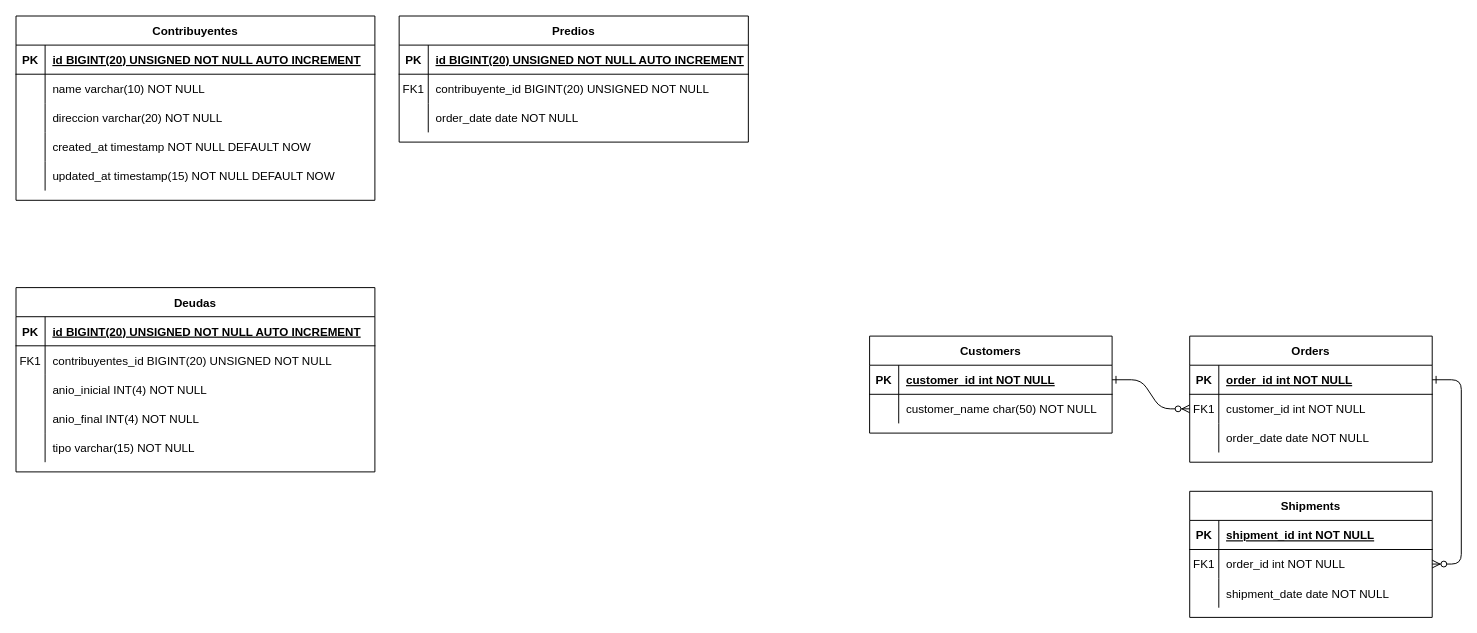
Before: Diagrama Físico.drawio in josephmb830/cursosql, a draw.io diagram. Source tidied: cells renumbered, new cells numbered last; positions are measured from the earlier drawing's top-left corner, leaving out a move shared by most shapes. Both pictures are drawn from the tidied source at 97%, with x=0, y=0 at pixel (16, 16).
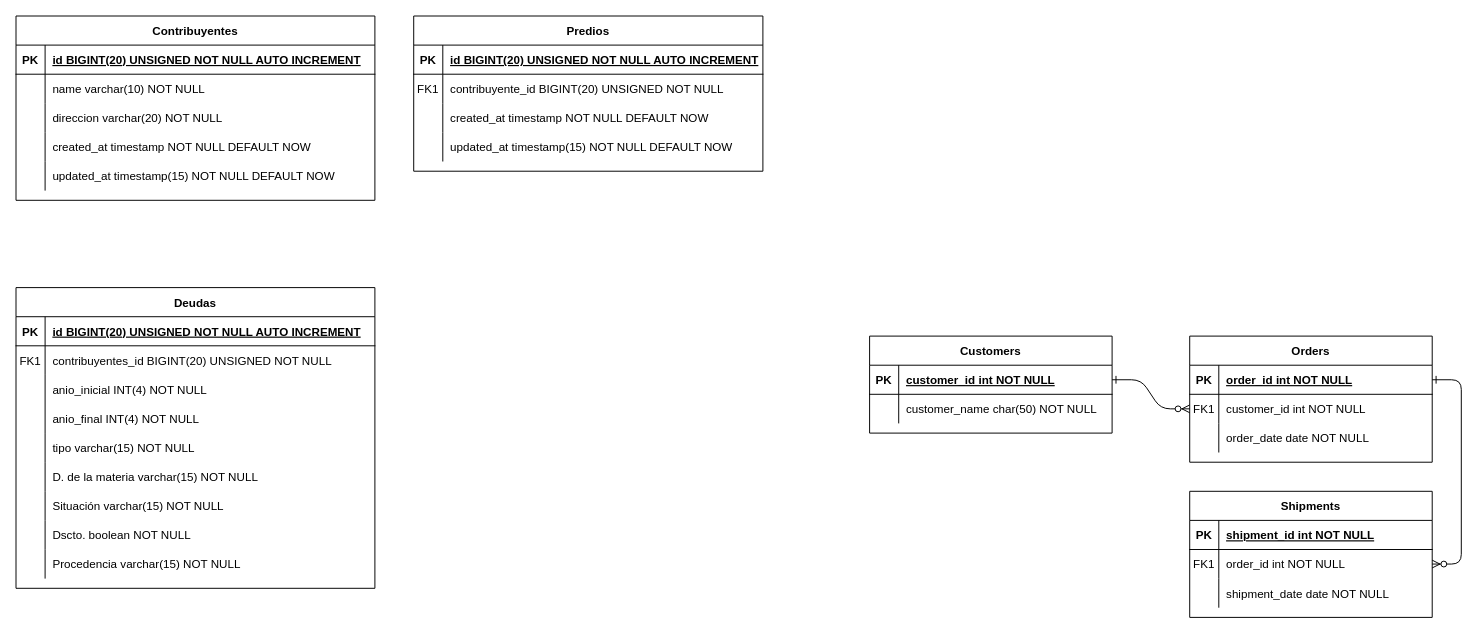
After the change.

Unchanged cells that the change refers to:
```xml
<mxCell id="54" style="shape=partialRectangle;fillColor=none;top=0;left=0;right=0;bottom=0;" parent="47" vertex="1">
  <mxGeometry y="90" width="360" height="30" as="geometry" />
</mxCell>
```

Change to the diagram source:
```diff
@@
     <mxCell id="47" value="Predios" style="shape=table;startSize=30;childLayout=tableLayout;rowLines=0;fontStyle=1;align=center;" parent="1" vertex="1">
-      <mxGeometry x="395" width="360" height="130" as="geometry" />
+      <mxGeometry x="410" width="360" height="160" as="geometry" />
     </mxCell>
@@
-    <mxCell id="56" value="order_date date NOT NULL" style="shape=partialRectangle;overflow=hidden;fillColor=none;top=0;left=0;bottom=0;right=0;align=left;spacingLeft=6;" parent="54" vertex="1">
+    <mxCell id="56" value="created_at timestamp NOT NULL DEFAULT NOW" style="shape=partialRectangle;overflow=hidden;fillColor=none;top=0;left=0;bottom=0;right=0;align=left;spacingLeft=6;" parent="54" vertex="1">
       <mxGeometry x="30" width="330" height="30" as="geometry" />
     </mxCell>
@@
+    <mxCell id="74" style="shape=partialRectangle;fillColor=none;top=0;left=0;right=0;bottom=0;" parent="47" vertex="1">
+      <mxGeometry y="120" width="360" height="30" as="geometry" />
+    </mxCell>
+    <mxCell id="75" style="shape=partialRectangle;overflow=hidden;fillColor=none;top=0;left=0;bottom=0;right=0;" parent="74" vertex="1">
+      <mxGeometry width="30" height="30" as="geometry" />
+    </mxCell>
+    <mxCell id="76" value="updated_at timestamp(15) NOT NULL DEFAULT NOW" style="shape=partialRectangle;overflow=hidden;fillColor=none;top=0;left=0;bottom=0;right=0;align=left;spacingLeft=6;" parent="74" vertex="1">
+      <mxGeometry x="30" width="330" height="30" as="geometry" />
+    </mxCell>
     <mxCell id="58" value="Deudas" style="shape=table;startSize=30;childLayout=tableLayout;rowLines=0;fontStyle=1;align=center;" parent="1" vertex="1">
-      <mxGeometry y="280" width="370" height="190" as="geometry" />
+      <mxGeometry y="280" width="370" height="310" as="geometry" />
     </mxCell>
@@
+    <mxCell id="77" style="shape=partialRectangle;fillColor=none;top=0;left=0;right=0;bottom=0;" parent="58" vertex="1">
+      <mxGeometry y="180" width="370" height="30" as="geometry" />
+    </mxCell>
+    <mxCell id="78" style="shape=partialRectangle;overflow=hidden;fillColor=none;top=0;left=0;bottom=0;right=0;" parent="77" vertex="1">
+      <mxGeometry width="30" height="30" as="geometry" />
+    </mxCell>
+    <mxCell id="79" value="D. de la materia varchar(15) NOT NULL" style="shape=partialRectangle;overflow=hidden;fillColor=none;top=0;left=0;bottom=0;right=0;align=left;spacingLeft=6;" parent="77" vertex="1">
+      <mxGeometry x="30" width="340" height="30" as="geometry" />
+    </mxCell>
+    <mxCell id="80" style="shape=partialRectangle;fillColor=none;top=0;left=0;right=0;bottom=0;" parent="58" vertex="1">
+      <mxGeometry y="210" width="370" height="30" as="geometry" />
+    </mxCell>
+    <mxCell id="81" style="shape=partialRectangle;overflow=hidden;fillColor=none;top=0;left=0;bottom=0;right=0;" parent="80" vertex="1">
+      <mxGeometry width="30" height="30" as="geometry" />
+    </mxCell>
+    <mxCell id="82" value="Situación varchar(15) NOT NULL" style="shape=partialRectangle;overflow=hidden;fillColor=none;top=0;left=0;bottom=0;right=0;align=left;spacingLeft=6;" parent="80" vertex="1">
+      <mxGeometry x="30" width="340" height="30" as="geometry" />
+    </mxCell>
+    <mxCell id="83" style="shape=partialRectangle;fillColor=none;top=0;left=0;right=0;bottom=0;" parent="58" vertex="1">
+      <mxGeometry y="240" width="370" height="30" as="geometry" />
+    </mxCell>
+    <mxCell id="84" style="shape=partialRectangle;overflow=hidden;fillColor=none;top=0;left=0;bottom=0;right=0;" parent="83" vertex="1">
+      <mxGeometry width="30" height="30" as="geometry" />
+    </mxCell>
+    <mxCell id="85" value="Dscto. boolean NOT NULL" style="shape=partialRectangle;overflow=hidden;fillColor=none;top=0;left=0;bottom=0;right=0;align=left;spacingLeft=6;" parent="83" vertex="1">
+      <mxGeometry x="30" width="340" height="30" as="geometry" />
+    </mxCell>
+    <mxCell id="86" style="shape=partialRectangle;fillColor=none;top=0;left=0;right=0;bottom=0;" parent="58" vertex="1">
+      <mxGeometry y="270" width="370" height="30" as="geometry" />
+    </mxCell>
+    <mxCell id="87" style="shape=partialRectangle;overflow=hidden;fillColor=none;top=0;left=0;bottom=0;right=0;" parent="86" vertex="1">
+      <mxGeometry width="30" height="30" as="geometry" />
+    </mxCell>
+    <mxCell id="88" value="Procedencia varchar(15) NOT NULL" style="shape=partialRectangle;overflow=hidden;fillColor=none;top=0;left=0;bottom=0;right=0;align=left;spacingLeft=6;" parent="86" vertex="1">
+      <mxGeometry x="30" width="340" height="30" as="geometry" />
+    </mxCell>
```
